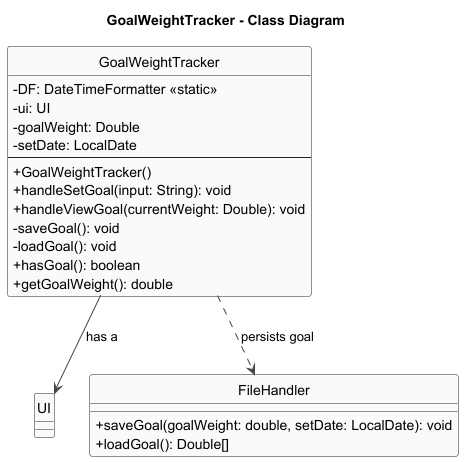
The PlantUML diagram docs/diagrams/GoalWeightTracker_Class_Diagram.png in Exceptional-Khoi/tp, before a commit.
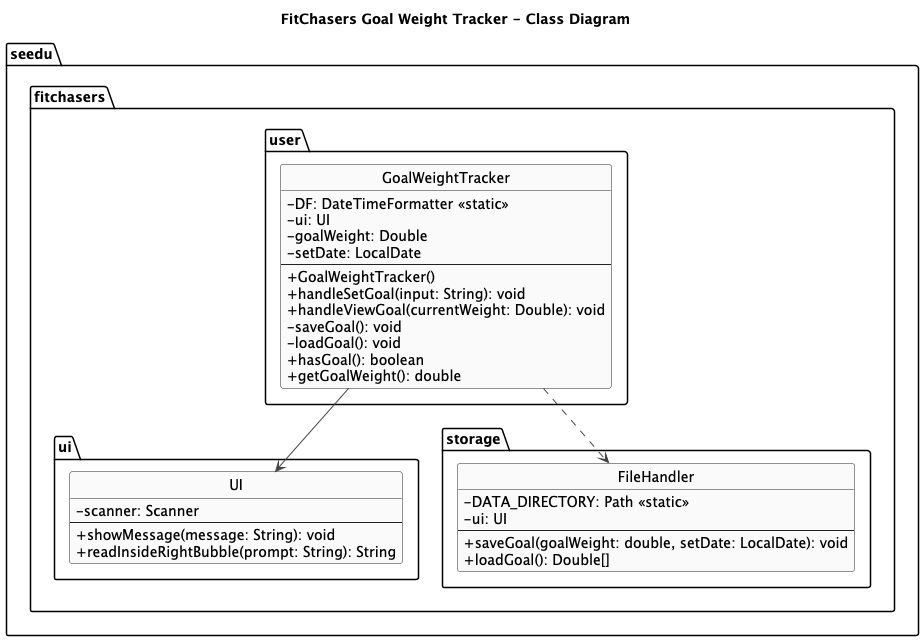
After the change.

Change to the diagram source:
```diff
@@ -1,5 +1,5 @@
 @startuml
-title GoalWeightTracker - Class Diagram
+title FitChasers Goal Weight Tracker - Class Diagram
 
 skinparam shadowing false
 skinparam classAttributeIconSize 0
@@ -10,29 +10,43 @@
 hide circle
 hide stereotype
 
-class GoalWeightTracker {
-  -DF: DateTimeFormatter <<static>>
-  -ui: UI
-  -goalWeight: Double
-  -setDate: LocalDate
-  --
-  +GoalWeightTracker()
-  +handleSetGoal(input: String): void
-  +handleViewGoal(currentWeight: Double): void
-  -saveGoal(): void
-  -loadGoal(): void
-  +hasGoal(): boolean
-  +getGoalWeight(): double
+package "seedu.fitchasers.user" {
+  class GoalWeightTracker {
+    -DF: DateTimeFormatter <<static>>
+    -ui: UI
+    -goalWeight: Double
+    -setDate: LocalDate
+    --
+    +GoalWeightTracker()
+    +handleSetGoal(input: String): void
+    +handleViewGoal(currentWeight: Double): void
+    -saveGoal(): void
+    -loadGoal(): void
+    +hasGoal(): boolean
+    +getGoalWeight(): double
+  }
 }
 
-class UI
-
-class FileHandler {
-  +saveGoal(goalWeight: double, setDate: LocalDate): void
-  +loadGoal(): Double[]
+package "seedu.fitchasers.ui" {
+  class UI {
+    -scanner: Scanner
+    --
+    +showMessage(message: String): void
+    +readInsideRightBubble(prompt: String): String
+  }
 }
 
-GoalWeightTracker --> UI : has a
-GoalWeightTracker ..> FileHandler : persists goal
+package "seedu.fitchasers.storage" {
+  class FileHandler {
+    -DATA_DIRECTORY: Path <<static>>
+    -ui: UI
+    --
+    +saveGoal(goalWeight: double, setDate: LocalDate): void
+    +loadGoal(): Double[]
+  }
+}
+
+GoalWeightTracker --> UI
+GoalWeightTracker ..> FileHandler
 
 @enduml
```
